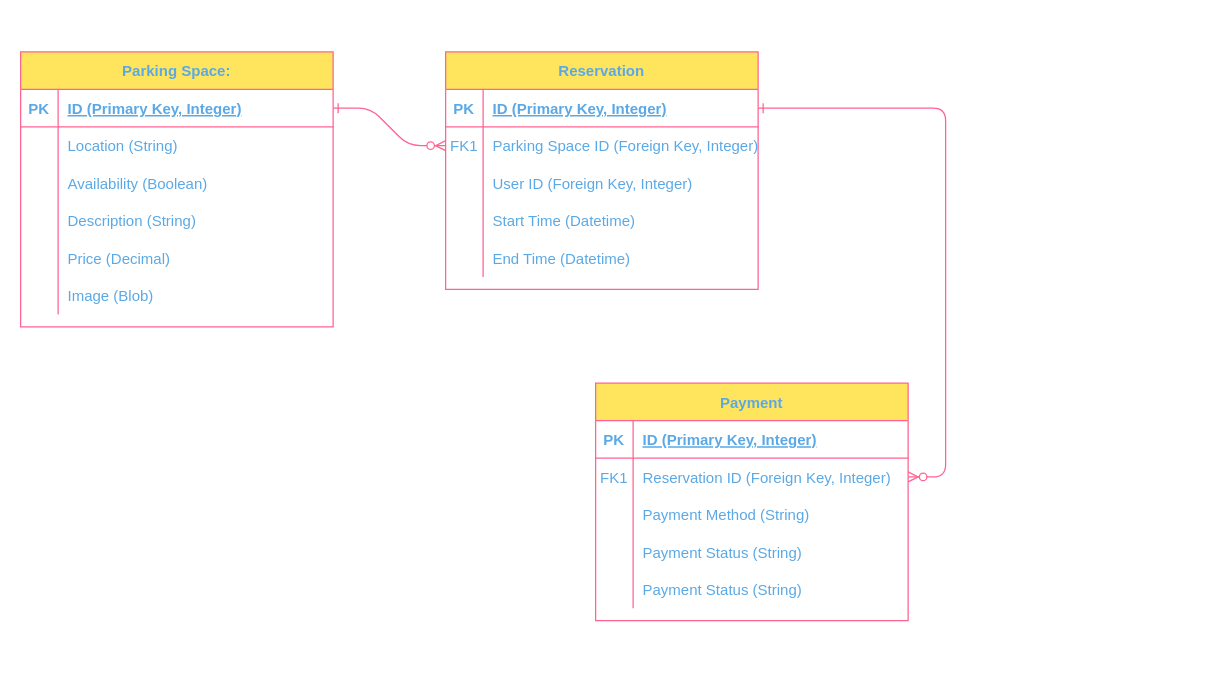
The draw.io diagram Untitled Diagram.drawio in Abia-Tech-Hub/africastalking-php, before the edit. Source tidied: cells renumbered, new cells numbered last; positions are measured from the earlier drawing's top-left corner, leaving out a move shared by most shapes. Both pictures are drawn from the tidied source at 125%, with x=0, y=0 at pixel (20, 51).
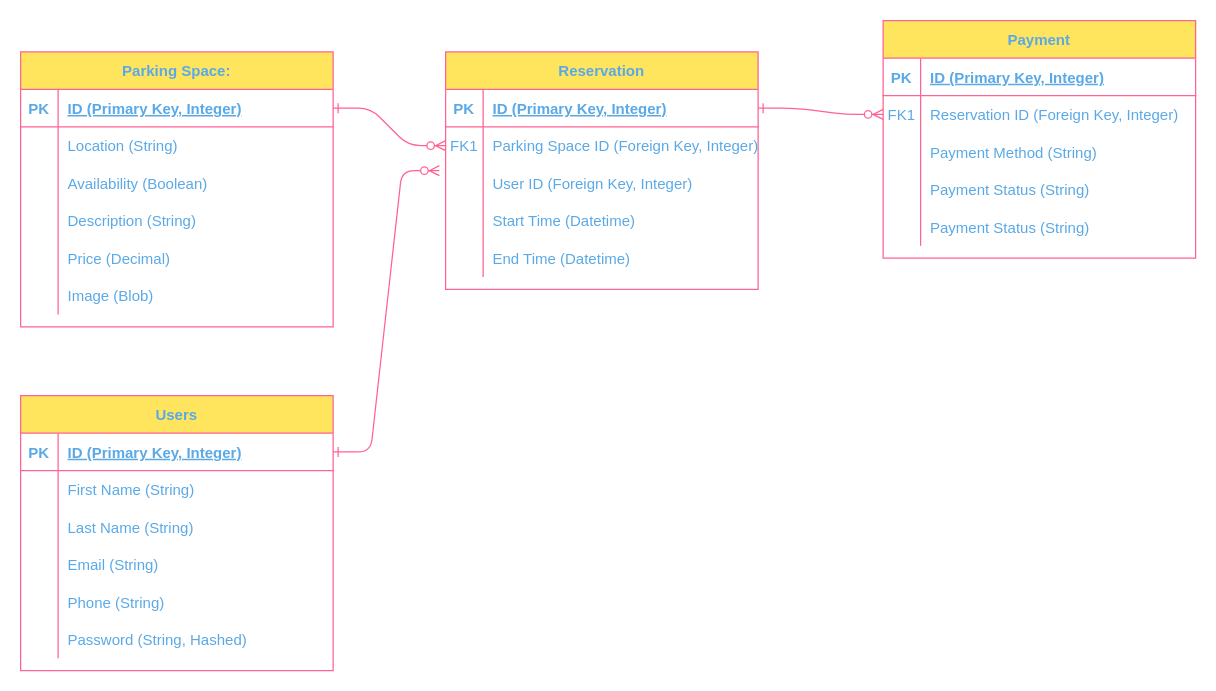
The same page after the edit.

The change refers to these unchanged cells:
```xml
<mxCell id="11" style="shape=partialRectangle;fillColor=none;points=[[0,0.5],[1,0.5]];portConstraint=eastwest;top=0;left=0;right=0;bottom=0;labelBackgroundColor=none;strokeColor=#FF6392;fontColor=#5AA9E6;" parent="4" vertex="1">
  <mxGeometry y="90" width="250" height="30" as="geometry" />
</mxCell>
```

The edit, as a diff of the source:
```diff
@@
     <mxCell id="20" value="Payment" style="shape=table;startSize=30;childLayout=tableLayout;rowLines=0;fontStyle=1;align=center;labelBackgroundColor=none;fillColor=#FFE45E;strokeColor=#FF6392;fontColor=#5AA9E6;" parent="1" vertex="1">
-      <mxGeometry x="460" y="265" width="250" height="190" as="geometry" />
+      <mxGeometry x="690" y="-25" width="250" height="190" as="geometry" />
     </mxCell>
@@
+    <mxCell id="55" value="Users" style="shape=table;startSize=30;childLayout=tableLayout;rowLines=0;fontStyle=1;align=center;labelBackgroundColor=none;fillColor=#FFE45E;strokeColor=#FF6392;fontColor=#5AA9E6;" parent="1" vertex="1">
+      <mxGeometry y="275" width="250" height="220" as="geometry" />
+    </mxCell>
+    <mxCell id="56" style="shape=partialRectangle;fillColor=none;points=[[0,0.5],[1,0.5]];portConstraint=eastwest;top=0;left=0;right=0;bottom=1;labelBackgroundColor=none;strokeColor=#FF6392;fontColor=#5AA9E6;" parent="55" vertex="1">
+      <mxGeometry y="30" width="250" height="30" as="geometry" />
+    </mxCell>
+    <mxCell id="57" value="PK" style="shape=partialRectangle;overflow=hidden;fillColor=none;top=0;left=0;bottom=0;right=0;fontStyle=1;labelBackgroundColor=none;strokeColor=#FF6392;fontColor=#5AA9E6;" parent="56" vertex="1">
+      <mxGeometry width="30" height="30" as="geometry" />
+    </mxCell>
+    <mxCell id="58" value="ID (Primary Key, Integer) " style="shape=partialRectangle;overflow=hidden;fillColor=none;top=0;left=0;bottom=0;right=0;align=left;spacingLeft=6;fontStyle=5;labelBackgroundColor=none;strokeColor=#FF6392;fontColor=#5AA9E6;" parent="56" vertex="1">
+      <mxGeometry x="30" width="220" height="30" as="geometry" />
+    </mxCell>
+    <mxCell id="59" style="shape=partialRectangle;fillColor=none;top=0;left=0;right=0;bottom=0;labelBackgroundColor=none;strokeColor=#FF6392;fontColor=#5AA9E6;" parent="55" vertex="1">
+      <mxGeometry y="60" width="250" height="30" as="geometry" />
+    </mxCell>
+    <mxCell id="60" style="shape=partialRectangle;overflow=hidden;fillColor=none;top=0;left=0;bottom=0;right=0;labelBackgroundColor=none;strokeColor=#FF6392;fontColor=#5AA9E6;" parent="59" vertex="1">
+      <mxGeometry width="30" height="30" as="geometry" />
+    </mxCell>
+    <mxCell id="61" value="First Name (String)" style="shape=partialRectangle;overflow=hidden;fillColor=none;top=0;left=0;bottom=0;right=0;align=left;spacingLeft=6;labelBackgroundColor=none;strokeColor=#FF6392;fontColor=#5AA9E6;" parent="59" vertex="1">
+      <mxGeometry x="30" width="220" height="30" as="geometry" />
+    </mxCell>
+    <mxCell id="62" style="shape=partialRectangle;fillColor=none;top=0;left=0;right=0;bottom=0;labelBackgroundColor=none;strokeColor=#FF6392;fontColor=#5AA9E6;" parent="55" vertex="1">
+      <mxGeometry y="90" width="250" height="30" as="geometry" />
+    </mxCell>
+    <mxCell id="63" style="shape=partialRectangle;overflow=hidden;fillColor=none;top=0;left=0;bottom=0;right=0;labelBackgroundColor=none;strokeColor=#FF6392;fontColor=#5AA9E6;" parent="62" vertex="1">
+      <mxGeometry width="30" height="30" as="geometry" />
+    </mxCell>
+    <mxCell id="64" value="Last Name (String)" style="shape=partialRectangle;overflow=hidden;fillColor=none;top=0;left=0;bottom=0;right=0;align=left;spacingLeft=6;labelBackgroundColor=none;strokeColor=#FF6392;fontColor=#5AA9E6;" parent="62" vertex="1">
+      <mxGeometry x="30" width="220" height="30" as="geometry" />
+    </mxCell>
+    <mxCell id="65" style="shape=partialRectangle;fillColor=none;top=0;left=0;right=0;bottom=0;labelBackgroundColor=none;strokeColor=#FF6392;fontColor=#5AA9E6;" parent="55" vertex="1">
+      <mxGeometry y="120" width="250" height="30" as="geometry" />
+    </mxCell>
+    <mxCell id="66" style="shape=partialRectangle;overflow=hidden;fillColor=none;top=0;left=0;bottom=0;right=0;labelBackgroundColor=none;strokeColor=#FF6392;fontColor=#5AA9E6;" parent="65" vertex="1">
+      <mxGeometry width="30" height="30" as="geometry" />
+    </mxCell>
+    <mxCell id="67" value="Email (String)" style="shape=partialRectangle;overflow=hidden;fillColor=none;top=0;left=0;bottom=0;right=0;align=left;spacingLeft=6;labelBackgroundColor=none;strokeColor=#FF6392;fontColor=#5AA9E6;" parent="65" vertex="1">
+      <mxGeometry x="30" width="220" height="30" as="geometry" />
+    </mxCell>
+    <mxCell id="68" style="shape=partialRectangle;fillColor=none;top=0;left=0;right=0;bottom=0;labelBackgroundColor=none;strokeColor=#FF6392;fontColor=#5AA9E6;" parent="55" vertex="1">
+      <mxGeometry y="150" width="250" height="30" as="geometry" />
+    </mxCell>
+    <mxCell id="69" style="shape=partialRectangle;overflow=hidden;fillColor=none;top=0;left=0;bottom=0;right=0;labelBackgroundColor=none;strokeColor=#FF6392;fontColor=#5AA9E6;" parent="68" vertex="1">
+      <mxGeometry width="30" height="30" as="geometry" />
+    </mxCell>
+    <mxCell id="70" value="Phone (String)" style="shape=partialRectangle;overflow=hidden;fillColor=none;top=0;left=0;bottom=0;right=0;align=left;spacingLeft=6;labelBackgroundColor=none;strokeColor=#FF6392;fontColor=#5AA9E6;" parent="68" vertex="1">
+      <mxGeometry x="30" width="220" height="30" as="geometry" />
+    </mxCell>
+    <mxCell id="71" style="shape=partialRectangle;fillColor=none;top=0;left=0;right=0;bottom=0;labelBackgroundColor=none;strokeColor=#FF6392;fontColor=#5AA9E6;" parent="55" vertex="1">
+      <mxGeometry y="180" width="250" height="30" as="geometry" />
+    </mxCell>
+    <mxCell id="72" style="shape=partialRectangle;overflow=hidden;fillColor=none;top=0;left=0;bottom=0;right=0;labelBackgroundColor=none;strokeColor=#FF6392;fontColor=#5AA9E6;" parent="71" vertex="1">
+      <mxGeometry width="30" height="30" as="geometry" />
+    </mxCell>
+    <mxCell id="73" value="Password (String, Hashed)" style="shape=partialRectangle;overflow=hidden;fillColor=none;top=0;left=0;bottom=0;right=0;align=left;spacingLeft=6;labelBackgroundColor=none;strokeColor=#FF6392;fontColor=#5AA9E6;" parent="71" vertex="1">
+      <mxGeometry x="30" width="220" height="30" as="geometry" />
+    </mxCell>
+    <mxCell id="74" style="edgeStyle=entityRelationEdgeStyle;endArrow=ERzeroToMany;startArrow=ERone;endFill=1;startFill=0;labelBackgroundColor=none;strokeColor=#FF6392;fontColor=default;exitX=1;exitY=0.5;exitDx=0;exitDy=0;entryX=-0.02;entryY=0.167;entryDx=0;entryDy=0;entryPerimeter=0;" parent="1" edge="1" source="56" target="11">
+      <mxGeometry relative="1" as="geometry" />
+    </mxCell>
```
